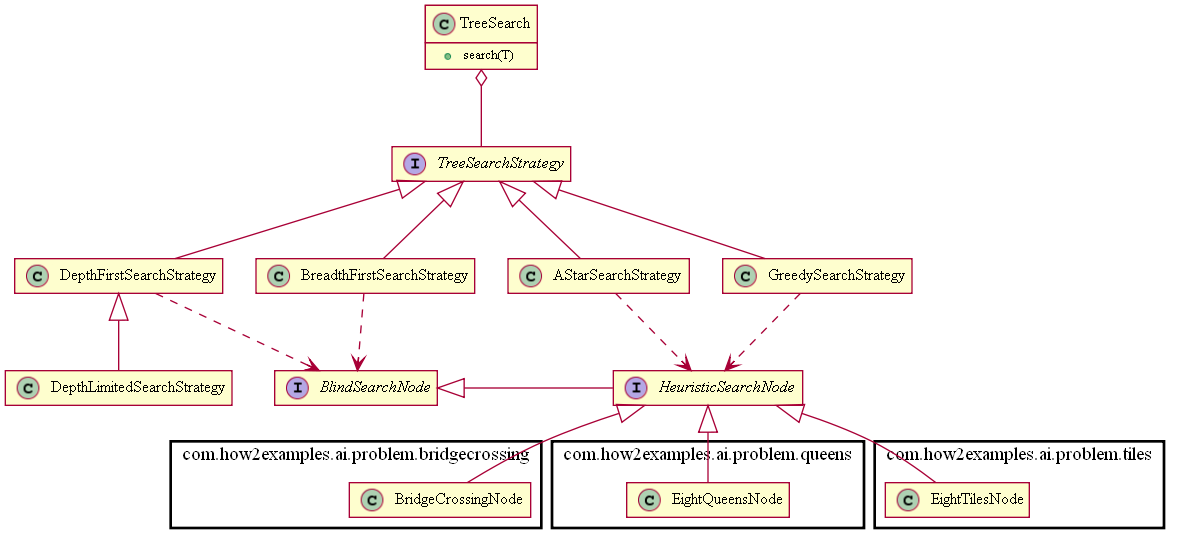
Earlier version of the PlantUML export src/main/java/com/how2examples/ai/search/doc-files/TreeSearch.png (s-webber/java-ai-techniques).
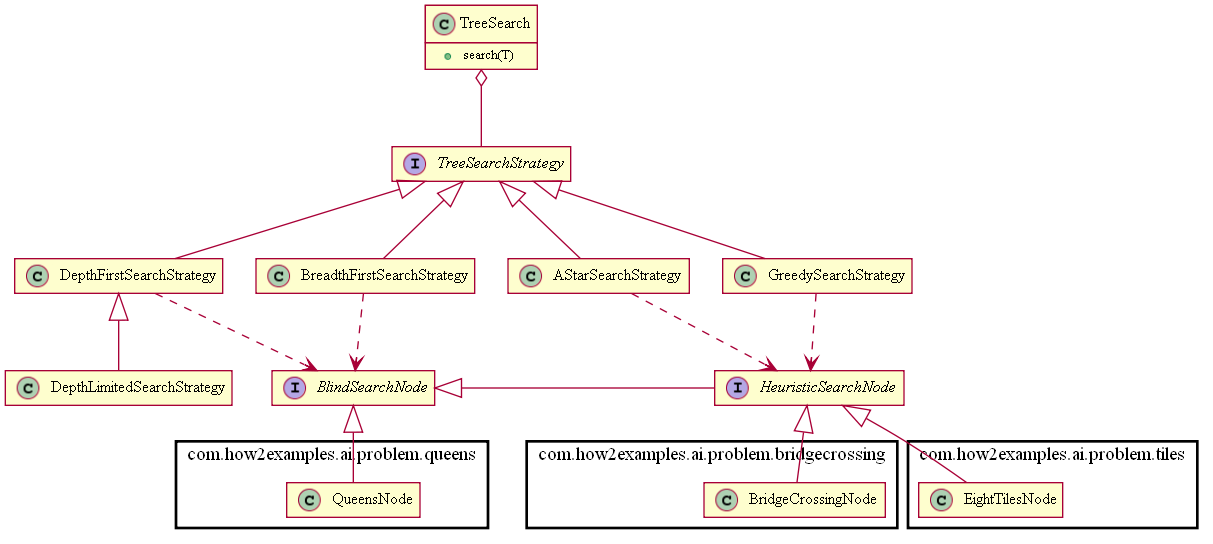
The same diagram one commit later.

The edit, as a diff of the source:
```diff
@@ -23,12 +23,12 @@
 BreadthFirstSearchStrategy ..> BlindSearchNode
 DepthFirstSearchStrategy ..> BlindSearchNode
 
+namespace com.how2examples.ai.problem.queens {
+.BlindSearchNode <|-- QueensNode
+}
+
 namespace com.how2examples.ai.problem.bridgecrossing {
 .HeuristicSearchNode <|-- BridgeCrossingNode
-}
-
-namespace com.how2examples.ai.problem.queens {
-.HeuristicSearchNode <|-- EightQueensNode
 }
 
 namespace com.how2examples.ai.problem.tiles {
```
